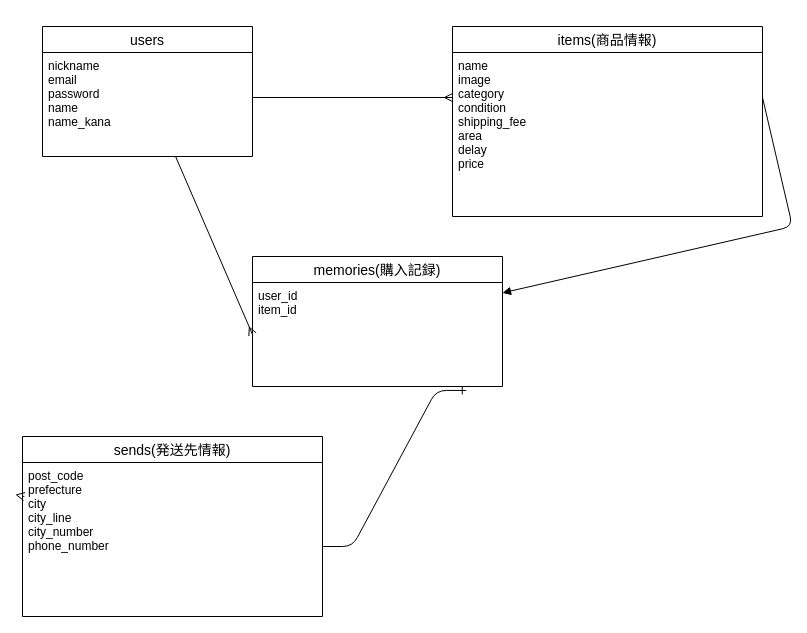
yyudaii/furima-41117 keeps this draw.io diagram as app/views/ER.dio. Above is the earlier version. Source tidied: cells renumbered, new cells numbered last; positions are measured from the earlier drawing's top-left corner, leaving out a move shared by most shapes. Both pictures are drawn from the tidied source at 100%, with x=0, y=0 at pixel (22, 26).
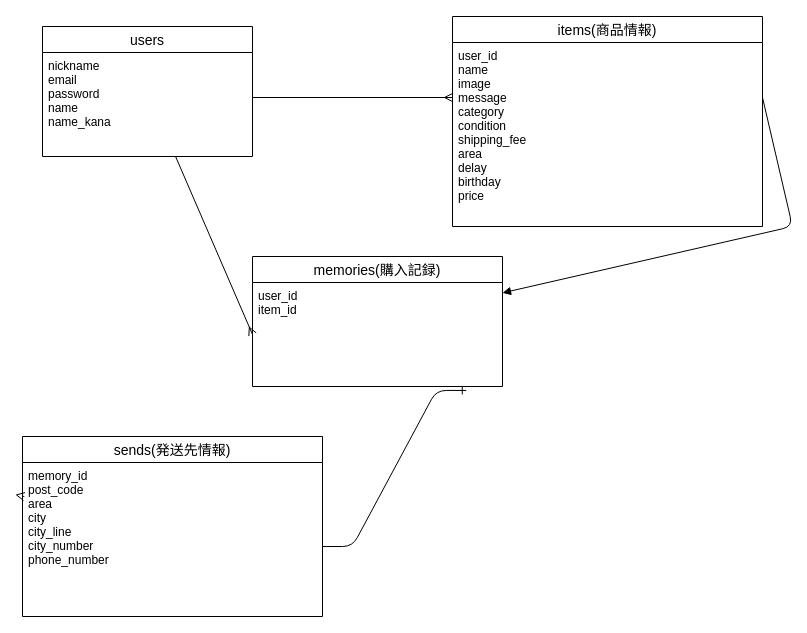
Above is the later version.

Commit message (it also covers changes not shown here):
ER図、READMEの再修正

The change refers to these unchanged cells:
```xml
<mxCell id="5" value="sends(発送先情報)" style="swimlane;fontStyle=0;horizontal=1;startSize=26;align=center;fontSize=14;direction=east;" parent="1" vertex="1">
  <mxGeometry y="410" width="300" height="180" as="geometry" />
</mxCell>
```

Change to the diagram source:
```diff
@@
-    <mxCell id="7" value="post_code&#10;prefecture&#10;city&#10;city_line&#10;city_number&#10;phone_number" style="text;strokeColor=none;fillColor=none;spacingLeft=4;spacingRight=4;overflow=hidden;fontSize=12;" parent="5" vertex="1">
+    <mxCell id="7" value="memory_id &#10;post_code&#10;area&#10;city&#10;city_line&#10;city_number&#10;phone_number" style="text;strokeColor=none;fillColor=none;spacingLeft=4;spacingRight=4;overflow=hidden;fontSize=12;" parent="5" vertex="1">
       <mxGeometry y="26" width="300" height="154" as="geometry" />
     </mxCell>
+    <mxCell id="16" style="edgeStyle=none;html=1;exitX=0.75;exitY=0;exitDx=0;exitDy=0;endArrow=block;endFill=1;" parent="1" edge="1" source="8">
+      <mxGeometry relative="1" as="geometry">
+        <mxPoint x="662.7" y="-10" as="targetPoint" />
+      </mxGeometry>
+    </mxCell>
     <mxCell id="8" value="items(商品情報)" style="swimlane;fontStyle=0;horizontal=1;startSize=26;align=center;fontSize=14;" parent="1" vertex="1">
-      <mxGeometry x="430" width="310" height="190" as="geometry" />
+      <mxGeometry x="430" y="-10" width="310" height="210" as="geometry" />
     </mxCell>
-    <mxCell id="9" value="name&#10;image&#10;category&#10;condition&#10;shipping_fee&#10;area&#10;delay&#10;price" style="text;strokeColor=none;fillColor=none;spacingLeft=4;spacingRight=4;overflow=hidden;fontSize=12;" parent="8" vertex="1">
-      <mxGeometry y="26" width="310" height="164" as="geometry" />
+    <mxCell id="9" value="user_id&#10;name&#10;image&#10;message&#10;category&#10;condition&#10;shipping_fee&#10;area&#10;delay&#10;birthday&#10;price" style="text;strokeColor=none;fillColor=none;spacingLeft=4;spacingRight=4;overflow=hidden;fontSize=12;" parent="8" vertex="1">
+      <mxGeometry y="26" width="310" height="184" as="geometry" />
     </mxCell>
```
